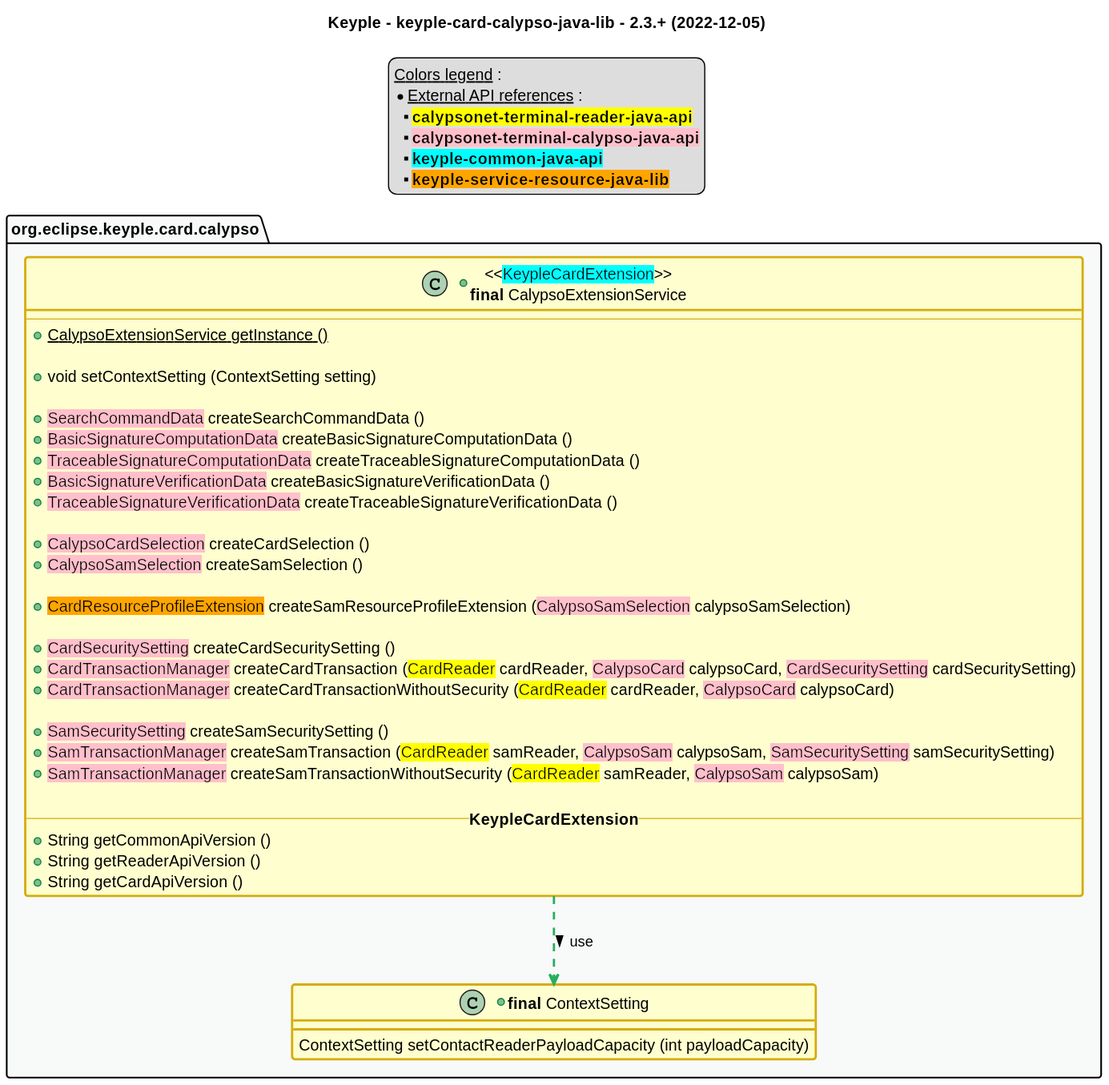
Earlier version of the PlantUML export src/main/uml/api_class_diagram.svg (eclipse-keyple/keyple-card-calypso-java-lib).
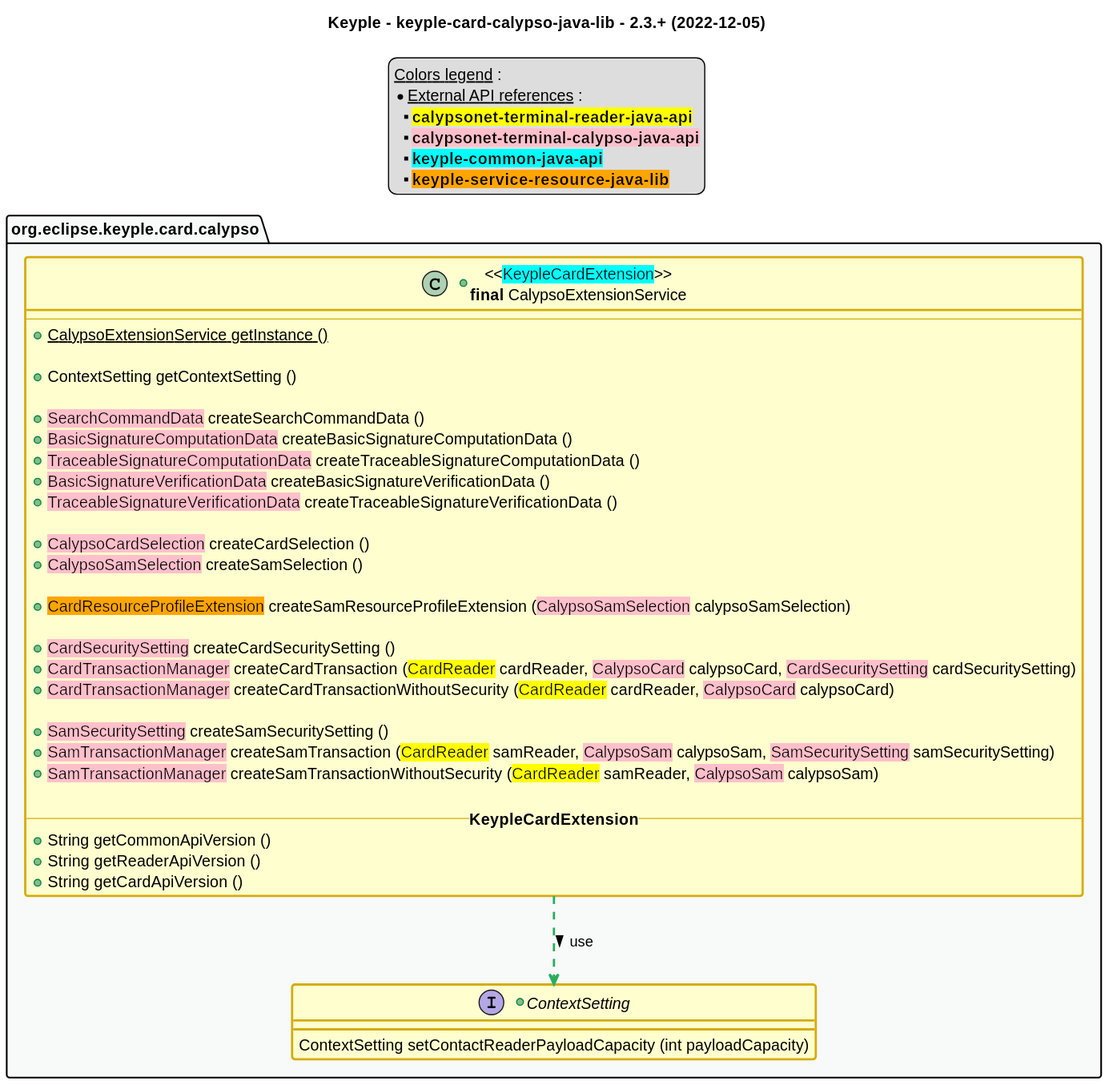
After the change.

The edit, as a diff of the source:
```diff
@@ -54,7 +54,7 @@
         --
         +{static} CalypsoExtensionService getInstance ()
 
-        +void setContextSetting (ContextSetting setting)
+        +ContextSetting getContextSetting ()
 
         +<back:pink>SearchCommandData</back> createSearchCommandData ()
         +<back:pink>BasicSignatureComputationData</back> createBasicSignatureComputationData ()
@@ -81,7 +81,7 @@
         +String getCardApiVersion ()
     }
 
-    +class "**final** ContextSetting" as ContextSetting {
+    +interface ContextSetting {
         ContextSetting setContactReaderPayloadCapacity (int payloadCapacity)
     }
 }
```
